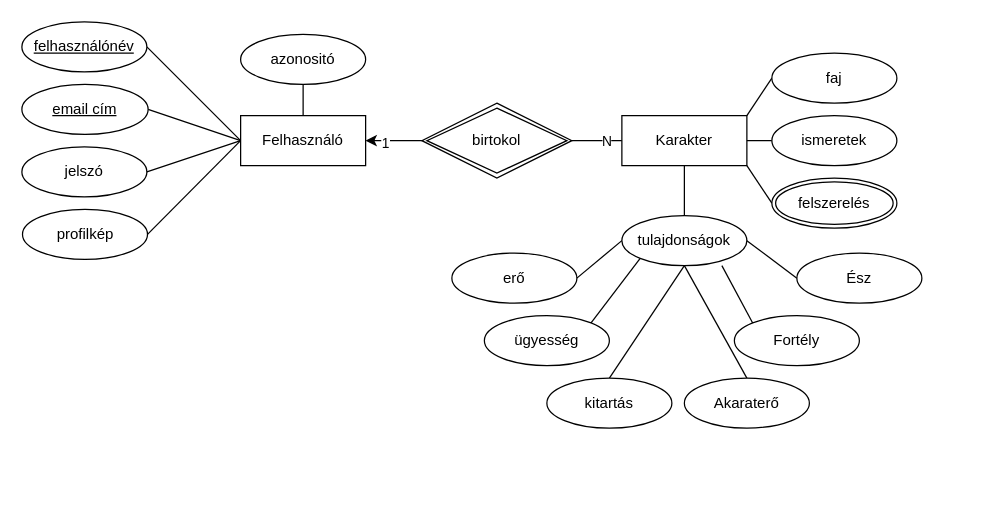
Before: db_ek_diagram.drawio in TheChillMan25/RPGDev, a draw.io diagram. Source tidied: cells renumbered, new cells numbered last; positions are measured from the earlier drawing's top-left corner, leaving out a move shared by most shapes. Both pictures are drawn from the tidied source at 125%, with x=0, y=0 at pixel (21, 21).
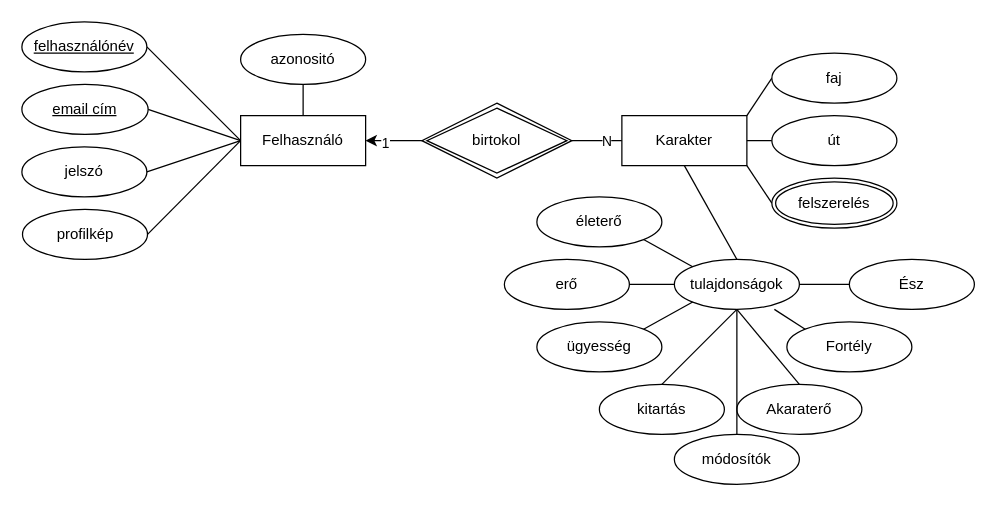
Above is the later version.

The edit, as a diff of the source:
```diff
@@
     <mxCell id="18" value="tulajdonságok" style="ellipse;whiteSpace=wrap;html=1;align=center;" parent="1" vertex="1">
-      <mxGeometry x="480" y="155" width="100" height="40" as="geometry" />
+      <mxGeometry x="522" y="190" width="100" height="40" as="geometry" />
     </mxCell>
@@
-    <mxCell id="22" value="ismeretek" style="ellipse;whiteSpace=wrap;html=1;align=center;" parent="1" vertex="1">
+    <mxCell id="22" value="út" style="ellipse;whiteSpace=wrap;html=1;align=center;" parent="1" vertex="1">
       <mxGeometry x="600" y="75" width="100" height="40" as="geometry" />
     </mxCell>
@@
     <mxCell id="24" value="erő" style="ellipse;whiteSpace=wrap;html=1;align=center;" parent="1" vertex="1">
-      <mxGeometry x="344" y="185" width="100" height="40" as="geometry" />
+      <mxGeometry x="386" y="190" width="100" height="40" as="geometry" />
     </mxCell>
@@
     <mxCell id="26" value="ügyesség" style="ellipse;whiteSpace=wrap;html=1;align=center;" parent="1" vertex="1">
-      <mxGeometry x="370" y="235" width="100" height="40" as="geometry" />
+      <mxGeometry x="412" y="240" width="100" height="40" as="geometry" />
     </mxCell>
@@
     <mxCell id="28" value="kitartás" style="ellipse;whiteSpace=wrap;html=1;align=center;" parent="1" vertex="1">
-      <mxGeometry x="420" y="285" width="100" height="40" as="geometry" />
+      <mxGeometry x="462" y="290" width="100" height="40" as="geometry" />
     </mxCell>
     <mxCell id="29" value="Fortély" style="ellipse;whiteSpace=wrap;html=1;align=center;" parent="1" vertex="1">
-      <mxGeometry x="570" y="235" width="100" height="40" as="geometry" />
+      <mxGeometry x="612" y="240" width="100" height="40" as="geometry" />
     </mxCell>
@@
     <mxCell id="31" value="Ész" style="ellipse;whiteSpace=wrap;html=1;align=center;" parent="1" vertex="1">
-      <mxGeometry x="620" y="185" width="100" height="40" as="geometry" />
+      <mxGeometry x="662" y="190" width="100" height="40" as="geometry" />
     </mxCell>
@@
     <mxCell id="33" value="Akaraterő" style="ellipse;whiteSpace=wrap;html=1;align=center;" parent="1" vertex="1">
-      <mxGeometry x="530" y="285" width="100" height="40" as="geometry" />
+      <mxGeometry x="572" y="290" width="100" height="40" as="geometry" />
     </mxCell>
@@
+    <mxCell id="39" style="rounded=0;jettySize=auto;html=1;exitX=0.5;exitY=0;exitDx=0;exitDy=0;entryX=0.5;entryY=1;entryDx=0;entryDy=0;endArrow=none;endFill=0;" parent="1" edge="1" source="40" target="18">
+      <mxGeometry relative="1" as="geometry" />
+    </mxCell>
+    <mxCell id="40" value="módosítók" style="ellipse;whiteSpace=wrap;html=1;align=center;" parent="1" vertex="1">
+      <mxGeometry x="522" y="330" width="100" height="40" as="geometry" />
+    </mxCell>
+    <mxCell id="41" style="rounded=0;jettySize=auto;html=1;exitX=1;exitY=1;exitDx=0;exitDy=0;entryX=0;entryY=0;entryDx=0;entryDy=0;endArrow=none;endFill=0;" parent="1" edge="1" source="42" target="18">
+      <mxGeometry relative="1" as="geometry" />
+    </mxCell>
+    <mxCell id="42" value="életerő" style="ellipse;whiteSpace=wrap;html=1;align=center;" parent="1" vertex="1">
+      <mxGeometry x="412" y="140" width="100" height="40" as="geometry" />
+    </mxCell>
```
